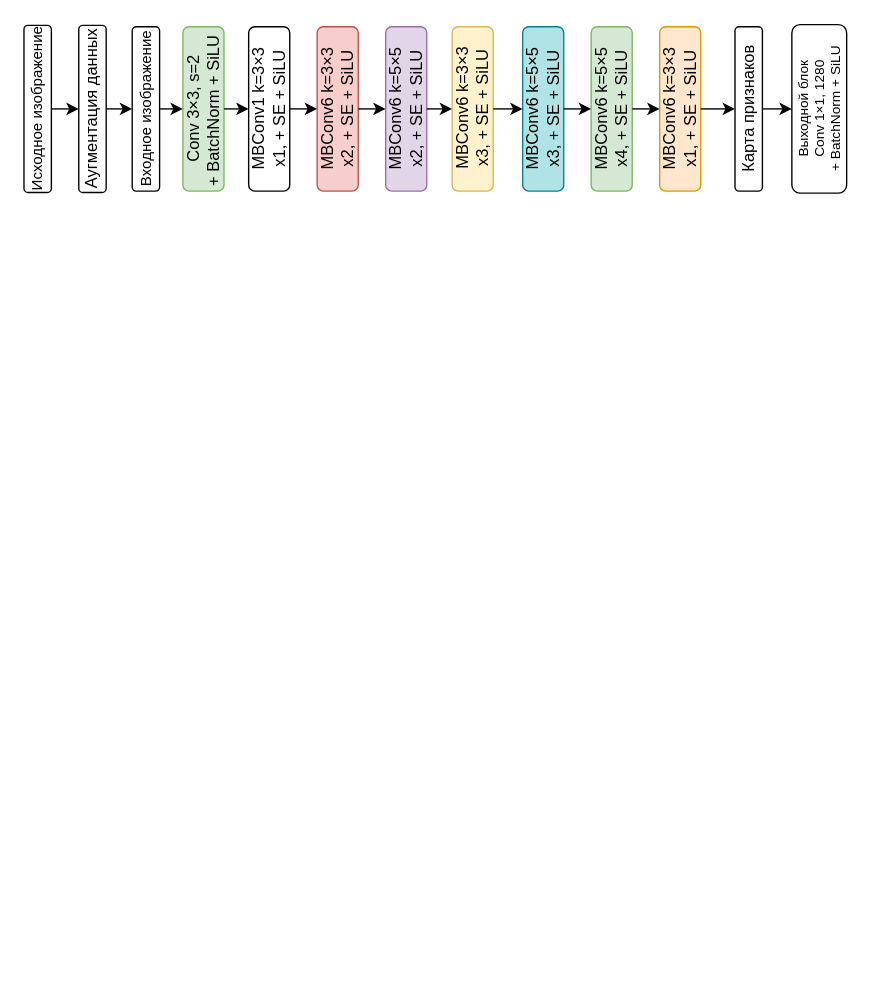
Before: EfficientNet.drawio in Azidaan/ArchitectureGrant, a draw.io diagram. Source tidied: cells renumbered, new cells numbered last; positions are measured from the earlier drawing's top-left corner, leaving out a move shared by most shapes. Both pictures are drawn from the tidied source at 137%, with x=0, y=0 at pixel (-47, 81).
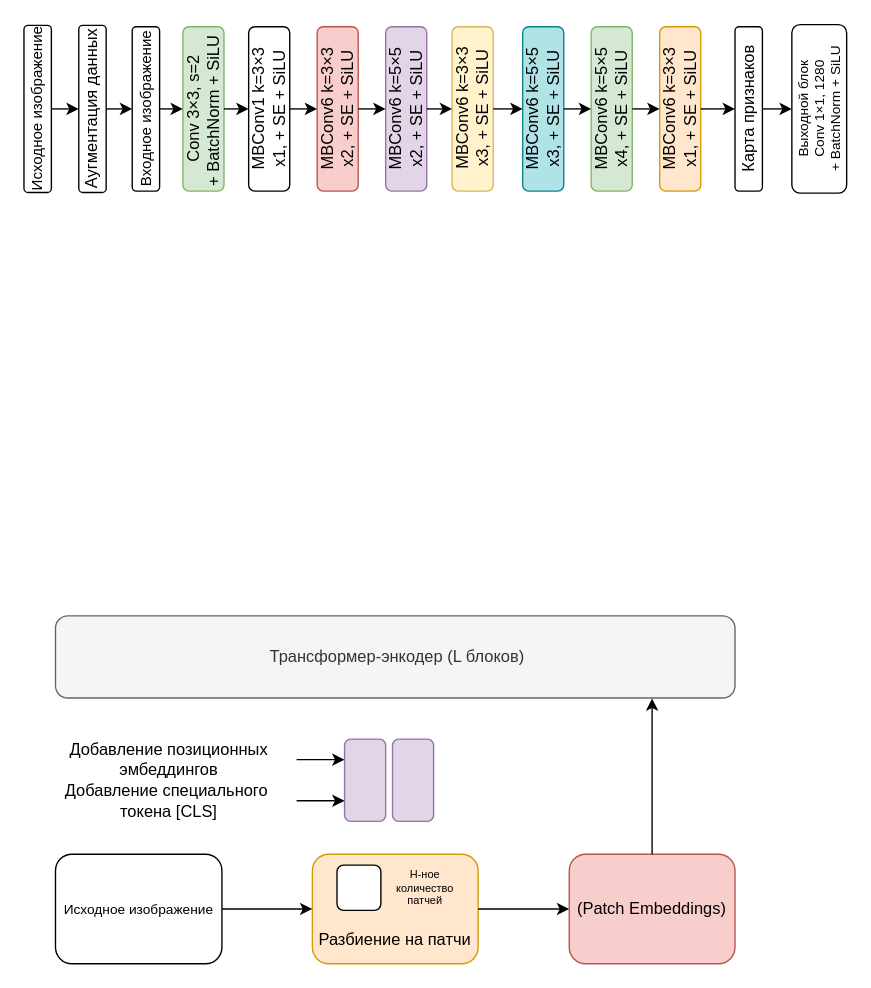
The same page after the edit.

Change to the diagram source:
```diff
@@
+    <mxCell id="27" style="rounded=1;whiteSpace=wrap;html=1;fillColor=#ffe6cc;strokeColor=#d79b00;" parent="1" vertex="1">
+      <mxGeometry x="261.5" y="564" width="121" height="80" as="geometry" />
+    </mxCell>
@@
+    <mxCell id="28" value="&lt;span style=&quot;text-wrap-mode: nowrap; background-color: rgb(255, 255, 255);&quot;&gt;&lt;font style=&quot;font-size: 10px;&quot;&gt;Исходное изображение&lt;/font&gt;&lt;/span&gt;" style="rounded=1;whiteSpace=wrap;html=1;fontSize=11;rotation=0;" parent="1" vertex="1">
+      <mxGeometry x="74" y="564" width="121.5" height="80" as="geometry" />
+    </mxCell>
+    <mxCell id="29" style="rounded=1;whiteSpace=wrap;html=1;" parent="1" vertex="1">
+      <mxGeometry x="279.5" y="572" width="32" height="33" as="geometry" />
+    </mxCell>
+    <mxCell id="30" value="Разбиение на патчи" style="text;html=1;whiteSpace=wrap;strokeColor=none;fillColor=none;align=center;verticalAlign=middle;rounded=0;" parent="1" vertex="1">
+      <mxGeometry x="263" y="612" width="118" height="30" as="geometry" />
+    </mxCell>
+    <mxCell id="31" value="Н-ное количество патчей" style="text;html=1;whiteSpace=wrap;strokeColor=none;fillColor=none;align=center;verticalAlign=middle;rounded=0;strokeWidth=0;fontSize=8;" parent="1" vertex="1">
+      <mxGeometry x="311.5" y="572" width="64" height="34" as="geometry" />
+    </mxCell>
+    <mxCell id="32" value="(Patch Embeddings)" style="rounded=1;whiteSpace=wrap;html=1;fillColor=#f8cecc;strokeColor=#b85450;" parent="1" vertex="1">
+      <mxGeometry x="449" y="564" width="121" height="80" as="geometry" />
+    </mxCell>
+    <mxCell id="33" style="endArrow=classic;html=1;rounded=0;entryX=0;entryY=0.5;entryDx=0;entryDy=0;exitX=1;exitY=0.5;exitDx=0;exitDy=0;" parent="1" edge="1" source="27" target="32">
+      <mxGeometry relative="1" as="geometry" />
+    </mxCell>
+    <mxCell id="34" value="&amp;nbsp;Трансформер-энкодер (L блоков)" style="rounded=1;whiteSpace=wrap;html=1;glass=0;fillColor=#f5f5f5;fontColor=#333333;strokeColor=#666666;" parent="1" vertex="1">
+      <mxGeometry x="74" y="390" width="496" height="60" as="geometry" />
+    </mxCell>
+    <mxCell id="35" style="endArrow=classic;html=1;rounded=0;exitX=0.5;exitY=0;exitDx=0;exitDy=0;entryX=0.878;entryY=1.005;entryDx=0;entryDy=0;entryPerimeter=0;" parent="1" edge="1" source="32" target="34">
+      <mxGeometry relative="1" as="geometry" />
+    </mxCell>
+    <mxCell id="36" style="endArrow=classic;html=1;rounded=0;entryX=0;entryY=0.5;entryDx=0;entryDy=0;exitX=1;exitY=0.5;exitDx=0;exitDy=0;" parent="1" edge="1" source="28" target="27">
+      <mxGeometry relative="1" as="geometry" />
+    </mxCell>
+    <mxCell id="37" value="Добавление позиционных эмбеддингов" style="text;html=1;whiteSpace=wrap;strokeColor=none;fillColor=none;align=center;verticalAlign=middle;rounded=0;fontSize=12;" parent="1" vertex="1">
+      <mxGeometry x="72" y="480" width="170" height="30" as="geometry" />
+    </mxCell>
+    <mxCell id="38" style="rounded=1;whiteSpace=wrap;html=1;rotation=90;fillColor=#e1d5e7;strokeColor=#9673a6;" parent="1" vertex="1">
+      <mxGeometry x="270" y="495" width="60" height="30" as="geometry" />
+    </mxCell>
+    <mxCell id="39" style="rounded=1;whiteSpace=wrap;html=1;rotation=90;fillColor=#e1d5e7;strokeColor=#9673a6;" parent="1" vertex="1">
+      <mxGeometry x="305" y="495" width="60" height="30" as="geometry" />
+    </mxCell>
+    <mxCell id="40" value="&lt;div&gt;Добавление специального&amp;nbsp;&lt;/div&gt;&lt;div&gt;токена [CLS]&lt;/div&gt;" style="text;html=1;whiteSpace=wrap;strokeColor=none;fillColor=none;align=center;verticalAlign=middle;rounded=0;fontSize=12;" parent="1" vertex="1">
+      <mxGeometry x="77" y="510" width="160" height="30" as="geometry" />
+    </mxCell>
+    <mxCell id="41" style="endArrow=classic;html=1;rounded=0;entryX=0.25;entryY=1;entryDx=0;entryDy=0;" parent="1" edge="1" target="38">
+      <mxGeometry relative="1" as="geometry">
+        <mxPoint x="250" y="495" as="sourcePoint" />
+      </mxGeometry>
+    </mxCell>
+    <mxCell id="42" style="endArrow=classic;html=1;rounded=0;entryX=0.75;entryY=1;entryDx=0;entryDy=0;" parent="1" edge="1" target="38">
+      <mxGeometry relative="1" as="geometry">
+        <mxPoint x="250" y="525" as="sourcePoint" />
+      </mxGeometry>
+    </mxCell>
```
